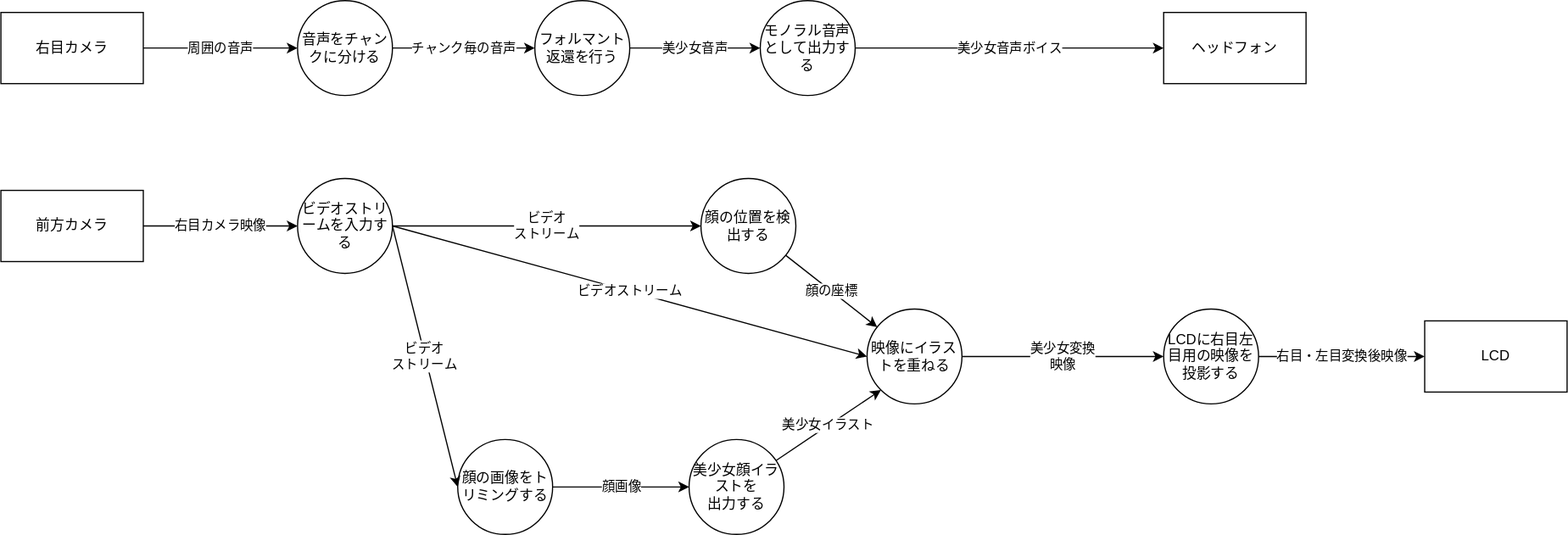
Earlier version of the draw.io export 人類ギャルゲー化計画/images/dfd0.drawio.svg (gakutosasabe/HearExpansion). Source tidied: cells renumbered, new cells last; positions are measured from the earlier drawing's top-left corner, leaving out a move shared by most shapes.
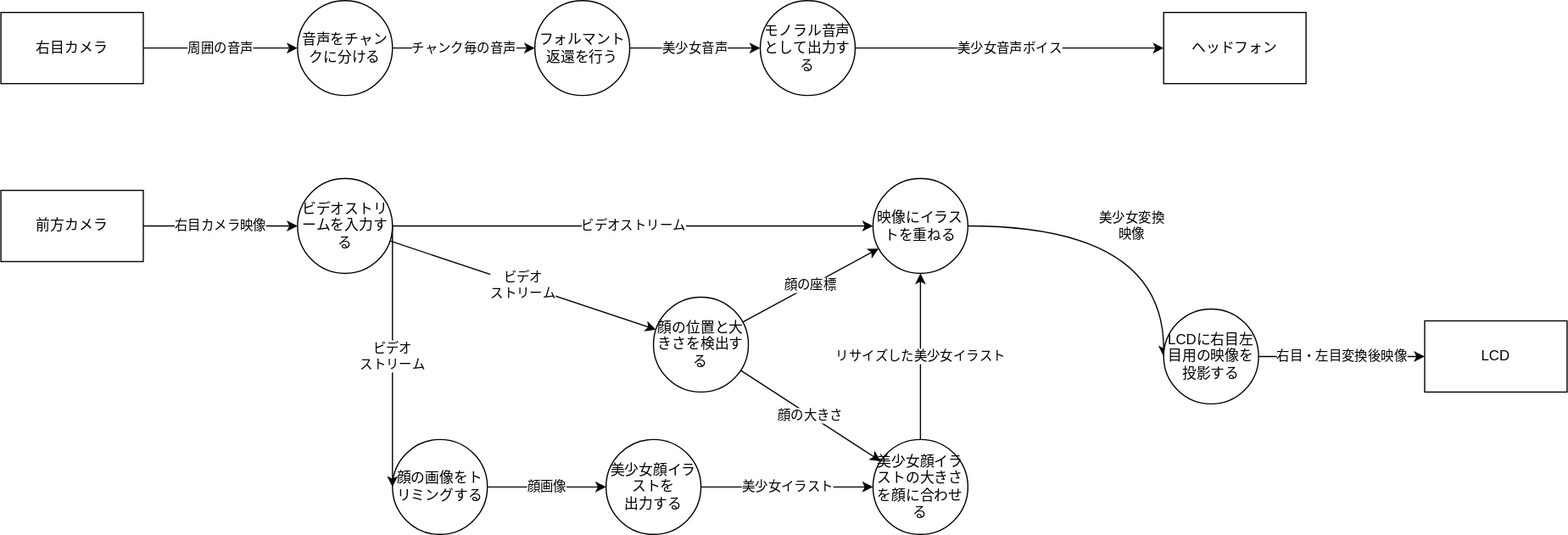
The same diagram one commit later.

Diff of the diagram source:
```diff
@@ -27,26 +27,29 @@
     <mxCell id="8" value="顔の座標" style="edgeStyle=none;html=1;" parent="1" edge="1" source="9" target="15">
       <mxGeometry relative="1" as="geometry" />
     </mxCell>
+    <mxCell id="28" value="顔の大きさ" style="edgeStyle=none;html=1;" parent="1" edge="1" source="9" target="30">
+      <mxGeometry relative="1" as="geometry" />
+    </mxCell>
-    <mxCell id="9" value="顔の位置を検出する" style="ellipse;whiteSpace=wrap;html=1;" parent="1" vertex="1">
-      <mxGeometry x="590" y="150" width="80" height="80" as="geometry" />
+    <mxCell id="9" value="顔の位置と大きさを検出する" style="ellipse;whiteSpace=wrap;html=1;" parent="1" vertex="1">
+      <mxGeometry x="550" y="250" width="80" height="80" as="geometry" />
     </mxCell>
     <mxCell id="10" value="顔画像" style="edgeStyle=none;html=1;entryX=0;entryY=0.5;entryDx=0;entryDy=0;" parent="1" edge="1" source="11" target="14">
       <mxGeometry relative="1" as="geometry" />
     </mxCell>
     <mxCell id="11" value="顔の画像をトリミングする" style="ellipse;whiteSpace=wrap;html=1;" parent="1" vertex="1">
-      <mxGeometry x="385" y="370" width="80" height="80" as="geometry" />
+      <mxGeometry x="330" y="370" width="80" height="80" as="geometry" />
     </mxCell>
     <mxCell id="12" value="ビデオ&lt;br&gt;ストリーム" style="edgeStyle=none;html=1;exitX=1;exitY=0.5;exitDx=0;exitDy=0;entryX=0;entryY=0.5;entryDx=0;entryDy=0;" parent="1" edge="1" source="7" target="11">
       <mxGeometry relative="1" as="geometry" />
     </mxCell>
-    <mxCell id="13" value="美少女イラスト" style="edgeStyle=none;html=1;entryX=0;entryY=1;entryDx=0;entryDy=0;" parent="1" edge="1" source="14" target="15">
+    <mxCell id="13" value="美少女イラスト" style="edgeStyle=none;html=1;" parent="1" edge="1" source="14" target="30">
       <mxGeometry relative="1" as="geometry" />
     </mxCell>
     <mxCell id="14" value="美少女顔イラストを&lt;br&gt;出力する" style="ellipse;whiteSpace=wrap;html=1;" parent="1" vertex="1">
-      <mxGeometry x="580" y="370" width="80" height="80" as="geometry" />
+      <mxGeometry x="510" y="370" width="80" height="80" as="geometry" />
     </mxCell>
     <mxCell id="15" value="映像にイラストを重ねる" style="ellipse;whiteSpace=wrap;html=1;" parent="1" vertex="1">
-      <mxGeometry x="730" y="260" width="80" height="80" as="geometry" />
+      <mxGeometry x="735" y="150" width="80" height="80" as="geometry" />
     </mxCell>
     <mxCell id="16" value="周囲の音声" style="edgeStyle=none;html=1;" parent="1" edge="1" source="17" target="19">
       <mxGeometry relative="1" as="geometry" />
@@ -84,5 +87,11 @@
     <mxCell id="27" value="LCD" style="rounded=0;whiteSpace=wrap;html=1;" parent="1" vertex="1">
       <mxGeometry x="1200" y="270" width="120" height="60" as="geometry" />
     </mxCell>
+    <mxCell id="29" value="リサイズした美少女イラスト" style="edgeStyle=none;html=1;" parent="1" edge="1" source="30" target="15">
+      <mxGeometry relative="1" as="geometry" />
+    </mxCell>
+    <mxCell id="30" value="美少女顔イラストの大きさを顔に合わせる" style="ellipse;whiteSpace=wrap;html=1;" parent="1" vertex="1">
+      <mxGeometry x="735" y="370" width="80" height="80" as="geometry" />
+    </mxCell>
   </root>
 </mxGraphModel>
```
